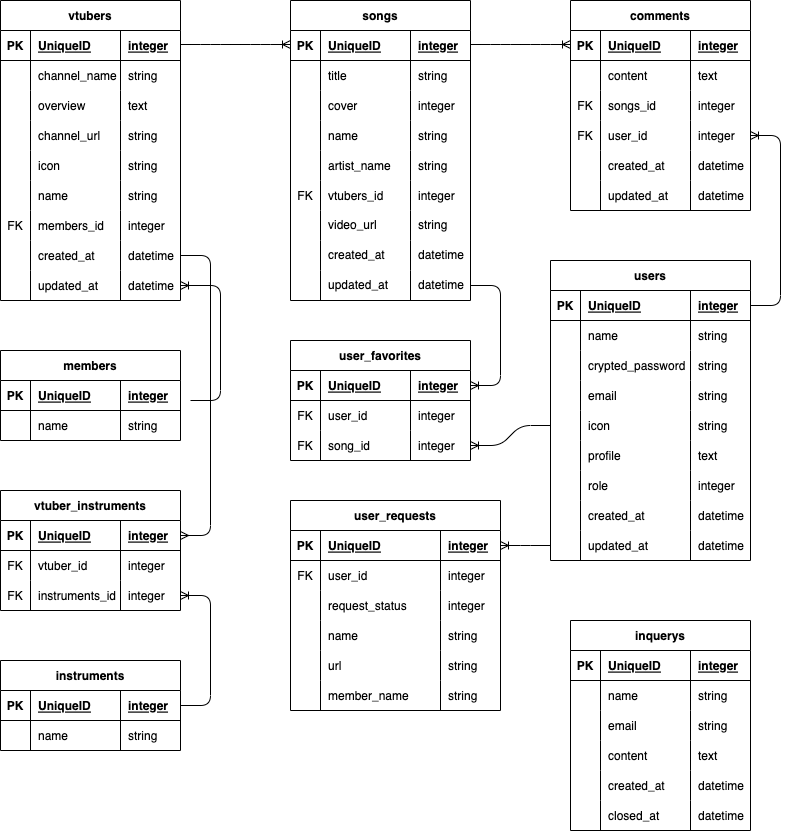
Before: ER .png, a diagram exported from draw.io (dexias9024/vtuber_song_search). Source tidied: cells renumbered, new cells last; positions are measured from the earlier drawing's top-left corner, leaving out a move shared by most shapes.
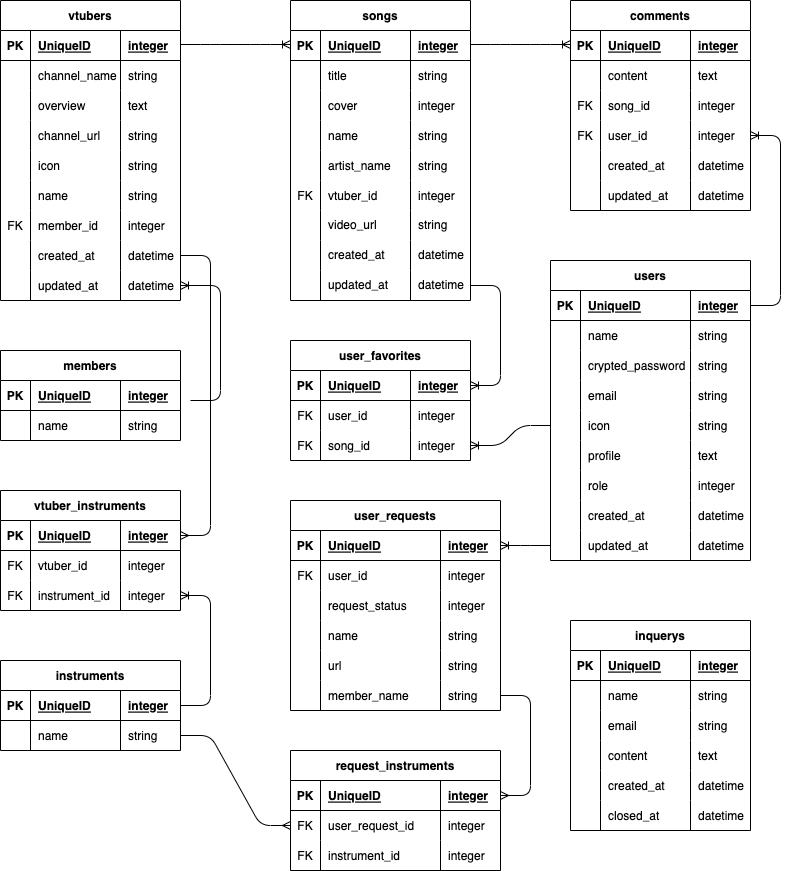
The same file after the commit.

Diff of the diagram source:
```diff
@@ -83,7 +83,7 @@
     <mxCell id="28" value="FK" style="shape=partialRectangle;fillColor=none;top=0;left=0;bottom=0;right=0;overflow=hidden;" parent="27" vertex="1">
       <mxGeometry width="30" height="30" as="geometry" />
     </mxCell>
-    <mxCell id="29" value="members_id" style="shape=partialRectangle;fillColor=none;top=0;left=0;bottom=0;right=0;align=left;spacingLeft=6;overflow=hidden;" parent="27" vertex="1">
+    <mxCell id="29" value="member_id" style="shape=partialRectangle;fillColor=none;top=0;left=0;bottom=0;right=0;align=left;spacingLeft=6;overflow=hidden;" parent="27" vertex="1">
       <mxGeometry x="30" width="90" height="30" as="geometry" />
     </mxCell>
     <mxCell id="30" value="integer" style="shape=partialRectangle;fillColor=none;top=0;left=0;bottom=0;right=0;align=left;spacingLeft=6;overflow=hidden;" parent="27" vertex="1">
@@ -182,7 +182,7 @@
     <mxCell id="61" value="FK" style="shape=partialRectangle;fillColor=none;top=0;left=0;bottom=0;right=0;overflow=hidden;" parent="60" vertex="1">
       <mxGeometry width="30" height="30" as="geometry" />
     </mxCell>
-    <mxCell id="62" value="vtubers_id" style="shape=partialRectangle;fillColor=none;top=0;left=0;bottom=0;right=0;align=left;spacingLeft=6;overflow=hidden;" parent="60" vertex="1">
+    <mxCell id="62" value="vtuber_id" style="shape=partialRectangle;fillColor=none;top=0;left=0;bottom=0;right=0;align=left;spacingLeft=6;overflow=hidden;" parent="60" vertex="1">
       <mxGeometry x="30" width="90" height="30" as="geometry" />
     </mxCell>
     <mxCell id="63" value="integer" style="shape=partialRectangle;fillColor=none;top=0;left=0;bottom=0;right=0;align=left;spacingLeft=6;overflow=hidden;" parent="60" vertex="1">
@@ -257,7 +257,7 @@
     <mxCell id="86" value="FK" style="shape=partialRectangle;fillColor=none;top=0;left=0;bottom=0;right=0;overflow=hidden;" parent="85" vertex="1">
       <mxGeometry width="30" height="30" as="geometry" />
     </mxCell>
-    <mxCell id="87" value="songs_id" style="shape=partialRectangle;fillColor=none;top=0;left=0;bottom=0;right=0;align=left;spacingLeft=6;overflow=hidden;" parent="85" vertex="1">
+    <mxCell id="87" value="song_id" style="shape=partialRectangle;fillColor=none;top=0;left=0;bottom=0;right=0;align=left;spacingLeft=6;overflow=hidden;" parent="85" vertex="1">
       <mxGeometry x="30" width="90" height="30" as="geometry" />
     </mxCell>
     <mxCell id="88" value="integer" style="shape=partialRectangle;fillColor=none;top=0;left=0;bottom=0;right=0;align=left;spacingLeft=6;overflow=hidden;" parent="85" vertex="1">
@@ -718,7 +718,7 @@
     <mxCell id="237" value="FK" style="shape=partialRectangle;fillColor=none;top=0;left=0;bottom=0;right=0;overflow=hidden;" parent="236" vertex="1">
       <mxGeometry width="30" height="30" as="geometry" />
     </mxCell>
-    <mxCell id="238" value="instruments_id" style="shape=partialRectangle;fillColor=none;top=0;left=0;bottom=0;right=0;align=left;spacingLeft=6;overflow=hidden;" parent="236" vertex="1">
+    <mxCell id="238" value="instrument_id" style="shape=partialRectangle;fillColor=none;top=0;left=0;bottom=0;right=0;align=left;spacingLeft=6;overflow=hidden;" parent="236" vertex="1">
       <mxGeometry x="30" width="90" height="30" as="geometry" />
     </mxCell>
     <mxCell id="239" value="integer" style="shape=partialRectangle;fillColor=none;top=0;left=0;bottom=0;right=0;align=left;spacingLeft=6;overflow=hidden;" parent="236" vertex="1">
@@ -727,5 +727,50 @@
     <mxCell id="240" style="edgeStyle=entityRelationEdgeStyle;fontSize=12;html=1;endArrow=ERmany;entryX=1;entryY=0.5;entryDx=0;entryDy=0;exitX=1;exitY=0.5;exitDx=0;exitDy=0;" parent="1" edge="1" source="31" target="228">
       <mxGeometry relative="1" as="geometry" />
     </mxCell>
+    <mxCell id="241" value="request_instruments" style="shape=table;startSize=30;rowLines=0;fontStyle=1;align=center;fillColor=none;" parent="1" vertex="1">
+      <mxGeometry x="290" y="750" width="210" height="120" as="geometry" />
+    </mxCell>
+    <mxCell id="242" style="shape=tableRow;horizontal=0;startSize=0;swimlaneHead=0;swimlaneBody=0;fillColor=none;points=[[0,0.5],[1,0.5]];portConstraint=eastwest;top=0;left=0;right=0;bottom=1;" parent="241" vertex="1">
+      <mxGeometry y="30" width="210" height="30" as="geometry" />
+    </mxCell>
+    <mxCell id="243" value="PK" style="shape=partialRectangle;fillColor=none;top=0;left=0;bottom=0;right=0;fontStyle=1;overflow=hidden;" parent="242" vertex="1">
+      <mxGeometry width="30" height="30" as="geometry" />
+    </mxCell>
+    <mxCell id="244" value="UniqueID" style="shape=partialRectangle;fillColor=none;top=0;left=0;bottom=0;right=0;align=left;spacingLeft=6;fontStyle=5;overflow=hidden;" parent="242" vertex="1">
+      <mxGeometry x="30" width="120" height="30" as="geometry" />
+    </mxCell>
+    <mxCell id="245" value="integer" style="shape=partialRectangle;fillColor=none;top=0;left=0;bottom=0;right=0;align=left;spacingLeft=6;fontStyle=5;overflow=hidden;" parent="242" vertex="1">
+      <mxGeometry x="150" width="60" height="30" as="geometry" />
+    </mxCell>
+    <mxCell id="246" style="shape=tableRow;horizontal=0;startSize=0;swimlaneHead=0;swimlaneBody=0;fillColor=none;points=[[0,0.5],[1,0.5]];portConstraint=eastwest;top=0;left=0;right=0;bottom=0;" parent="241" vertex="1">
+      <mxGeometry y="60" width="210" height="30" as="geometry" />
+    </mxCell>
+    <mxCell id="247" value="FK" style="shape=partialRectangle;fillColor=none;top=0;left=0;bottom=0;right=0;overflow=hidden;" parent="246" vertex="1">
+      <mxGeometry width="30" height="30" as="geometry" />
+    </mxCell>
+    <mxCell id="248" value="user_request_id" style="shape=partialRectangle;fillColor=none;top=0;left=0;bottom=0;right=0;align=left;spacingLeft=6;overflow=hidden;" parent="246" vertex="1">
+      <mxGeometry x="30" width="120" height="30" as="geometry" />
+    </mxCell>
+    <mxCell id="249" value="integer" style="shape=partialRectangle;fillColor=none;top=0;left=0;bottom=0;right=0;align=left;spacingLeft=6;overflow=hidden;" parent="246" vertex="1">
+      <mxGeometry x="150" width="60" height="30" as="geometry" />
+    </mxCell>
+    <mxCell id="250" style="shape=tableRow;horizontal=0;startSize=0;swimlaneHead=0;swimlaneBody=0;fillColor=none;top=0;left=0;right=0;bottom=0;" parent="241" vertex="1">
+      <mxGeometry y="90" width="210" height="30" as="geometry" />
+    </mxCell>
+    <mxCell id="251" value="FK" style="shape=partialRectangle;fillColor=none;top=0;left=0;bottom=0;right=0;overflow=hidden;" parent="250" vertex="1">
+      <mxGeometry width="30" height="30" as="geometry" />
+    </mxCell>
+    <mxCell id="252" value="instrument_id" style="shape=partialRectangle;fillColor=none;top=0;left=0;bottom=0;right=0;align=left;spacingLeft=6;overflow=hidden;" parent="250" vertex="1">
+      <mxGeometry x="30" width="120" height="30" as="geometry" />
+    </mxCell>
+    <mxCell id="253" value="integer" style="shape=partialRectangle;fillColor=none;top=0;left=0;bottom=0;right=0;align=left;spacingLeft=6;overflow=hidden;" parent="250" vertex="1">
+      <mxGeometry x="150" width="60" height="30" as="geometry" />
+    </mxCell>
+    <mxCell id="254" style="edgeStyle=entityRelationEdgeStyle;fontSize=12;html=1;endArrow=ERmany;entryX=1;entryY=0.5;entryDx=0;entryDy=0;exitX=1;exitY=0.5;exitDx=0;exitDy=0;" parent="1" edge="1" source="180" target="242">
+      <mxGeometry relative="1" as="geometry" />
+    </mxCell>
+    <mxCell id="255" style="edgeStyle=entityRelationEdgeStyle;fontSize=12;html=1;endArrow=ERmany;exitX=1;exitY=0.5;exitDx=0;exitDy=0;entryX=0;entryY=0.5;entryDx=0;entryDy=0;" parent="1" edge="1" source="118" target="246">
+      <mxGeometry relative="1" as="geometry" />
+    </mxCell>
   </root>
 </mxGraphModel>
```
